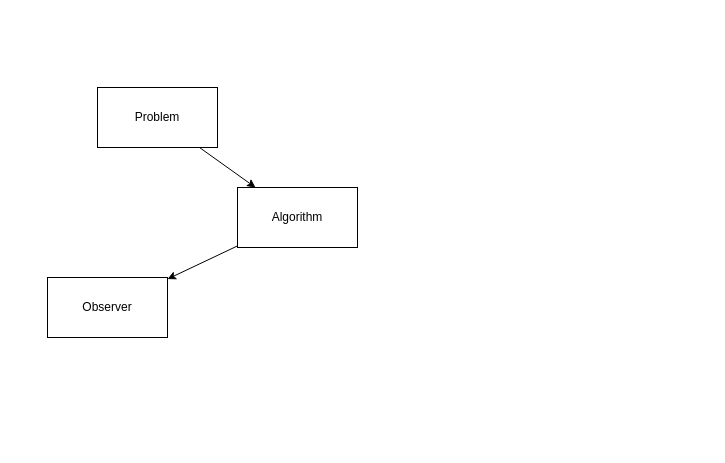
Above: architecture.drawio in ZombiePy/ACOFramework (draw.io), before the change. Source tidied: cells renumbered, new cells numbered last; positions are measured from the earlier drawing's top-left corner, leaving out a move shared by most shapes. Both pictures are drawn from the tidied source at 100%, with x=0, y=0 at pixel (47, 87).
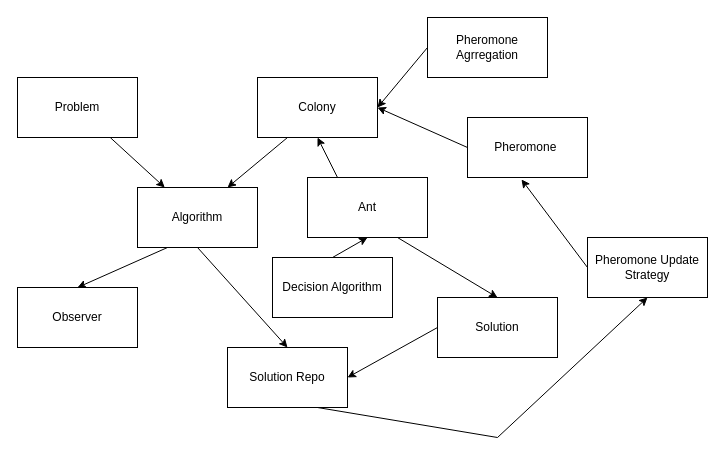
The same diagram, later.

What changed in the source:
```diff
@@
     <mxCell id="2" value="Observer" style="rounded=0;whiteSpace=wrap;html=1;" parent="1" vertex="1">
-      <mxGeometry y="190" width="120" height="60" as="geometry" />
+      <mxGeometry x="-30" y="200" width="120" height="60" as="geometry" />
     </mxCell>
@@
     <mxCell id="4" value="Problem" style="rounded=0;whiteSpace=wrap;html=1;" parent="1" vertex="1">
-      <mxGeometry x="50" width="120" height="60" as="geometry" />
+      <mxGeometry x="-30" y="-10" width="120" height="60" as="geometry" />
     </mxCell>
-    <mxCell id="5" style="edgeStyle=none;html=1;" parent="1" edge="1" source="6" target="2">
+    <mxCell id="5" style="edgeStyle=none;html=1;entryX=0.5;entryY=0;entryDx=0;entryDy=0;exitX=0.25;exitY=1;exitDx=0;exitDy=0;" parent="1" edge="1" source="6" target="2">
       <mxGeometry relative="1" as="geometry" />
     </mxCell>
     <mxCell id="6" value="Algorithm" style="rounded=0;whiteSpace=wrap;html=1;" parent="1" vertex="1">
-      <mxGeometry x="190" y="100" width="120" height="60" as="geometry" />
+      <mxGeometry x="90" y="100" width="120" height="60" as="geometry" />
     </mxCell>
+    <mxCell id="7" value="Colony" style="rounded=0;whiteSpace=wrap;html=1;" parent="1" vertex="1">
+      <mxGeometry x="210" y="-10" width="120" height="60" as="geometry" />
+    </mxCell>
+    <mxCell id="8" value="Ant" style="rounded=0;whiteSpace=wrap;html=1;" parent="1" vertex="1">
+      <mxGeometry x="260" y="90" width="120" height="60" as="geometry" />
+    </mxCell>
+    <mxCell id="9" value="Decision Algorithm" style="rounded=0;whiteSpace=wrap;html=1;" parent="1" vertex="1">
+      <mxGeometry x="225" y="170" width="120" height="60" as="geometry" />
+    </mxCell>
+    <mxCell id="10" value="Solution Repo" style="rounded=0;whiteSpace=wrap;html=1;" parent="1" vertex="1">
+      <mxGeometry x="180" y="260" width="120" height="60" as="geometry" />
+    </mxCell>
+    <mxCell id="11" value="Pheromone Agrregation" style="rounded=0;whiteSpace=wrap;html=1;" parent="1" vertex="1">
+      <mxGeometry x="380" y="-70" width="120" height="60" as="geometry" />
+    </mxCell>
+    <mxCell id="12" value="Pheromone&amp;nbsp;" style="rounded=0;whiteSpace=wrap;html=1;" parent="1" vertex="1">
+      <mxGeometry x="420" y="30" width="120" height="60" as="geometry" />
+    </mxCell>
+    <mxCell id="13" value="Pheromone Update Strategy" style="rounded=0;whiteSpace=wrap;html=1;" parent="1" vertex="1">
+      <mxGeometry x="540" y="150" width="120" height="60" as="geometry" />
+    </mxCell>
+    <mxCell id="14" value="Solution" style="rounded=0;whiteSpace=wrap;html=1;" parent="1" vertex="1">
+      <mxGeometry x="390" y="210" width="120" height="60" as="geometry" />
+    </mxCell>
+    <mxCell id="15" style="edgeStyle=none;html=1;exitX=0.25;exitY=1;exitDx=0;exitDy=0;entryX=0.75;entryY=0;entryDx=0;entryDy=0;" parent="1" edge="1" source="7" target="6">
+      <mxGeometry relative="1" as="geometry" />
+    </mxCell>
+    <mxCell id="16" style="edgeStyle=none;html=1;exitX=0.25;exitY=0;exitDx=0;exitDy=0;entryX=0.5;entryY=1;entryDx=0;entryDy=0;" parent="1" edge="1" source="8" target="7">
+      <mxGeometry relative="1" as="geometry" />
+    </mxCell>
+    <mxCell id="17" style="edgeStyle=none;html=1;exitX=0.5;exitY=0;exitDx=0;exitDy=0;entryX=0.5;entryY=1;entryDx=0;entryDy=0;" parent="1" edge="1" source="9" target="8">
+      <mxGeometry relative="1" as="geometry" />
+    </mxCell>
+    <mxCell id="18" style="edgeStyle=none;html=1;entryX=0.5;entryY=0;entryDx=0;entryDy=0;exitX=0.75;exitY=1;exitDx=0;exitDy=0;" parent="1" edge="1" source="8" target="14">
+      <mxGeometry relative="1" as="geometry" />
+    </mxCell>
+    <mxCell id="19" style="edgeStyle=none;html=1;exitX=0;exitY=0.5;exitDx=0;exitDy=0;entryX=1;entryY=0.5;entryDx=0;entryDy=0;" parent="1" edge="1" source="14" target="10">
+      <mxGeometry relative="1" as="geometry" />
+    </mxCell>
+    <mxCell id="20" style="edgeStyle=none;html=1;exitX=0.5;exitY=1;exitDx=0;exitDy=0;entryX=0.5;entryY=0;entryDx=0;entryDy=0;" parent="1" edge="1" source="6" target="10">
+      <mxGeometry relative="1" as="geometry" />
+    </mxCell>
+    <mxCell id="21" style="edgeStyle=none;html=1;exitX=0;exitY=0.5;exitDx=0;exitDy=0;" parent="1" edge="1" source="11">
+      <mxGeometry relative="1" as="geometry">
+        <mxPoint x="330" y="20" as="targetPoint" />
+      </mxGeometry>
+    </mxCell>
+    <mxCell id="22" style="edgeStyle=none;html=1;exitX=0;exitY=0.5;exitDx=0;exitDy=0;entryX=1;entryY=0.5;entryDx=0;entryDy=0;" parent="1" edge="1" source="12" target="7">
+      <mxGeometry relative="1" as="geometry" />
+    </mxCell>
+    <mxCell id="23" style="edgeStyle=none;html=1;exitX=0;exitY=0.5;exitDx=0;exitDy=0;entryX=0.45;entryY=1.033;entryDx=0;entryDy=0;entryPerimeter=0;" parent="1" edge="1" source="13" target="12">
+      <mxGeometry relative="1" as="geometry" />
+    </mxCell>
+    <mxCell id="24" style="edgeStyle=none;html=1;entryX=0.5;entryY=1;entryDx=0;entryDy=0;" parent="1" edge="1" target="13">
+      <mxGeometry relative="1" as="geometry">
+        <mxPoint x="450" y="350" as="sourcePoint" />
+      </mxGeometry>
+    </mxCell>
+    <mxCell id="25" style="endArrow=none;html=1;rounded=0;exitX=0.75;exitY=1;exitDx=0;exitDy=0;" parent="1" edge="1" source="10">
+      <mxGeometry relative="1" as="geometry">
+        <mxPoint x="450" y="350" as="targetPoint" />
+      </mxGeometry>
+    </mxCell>
```
